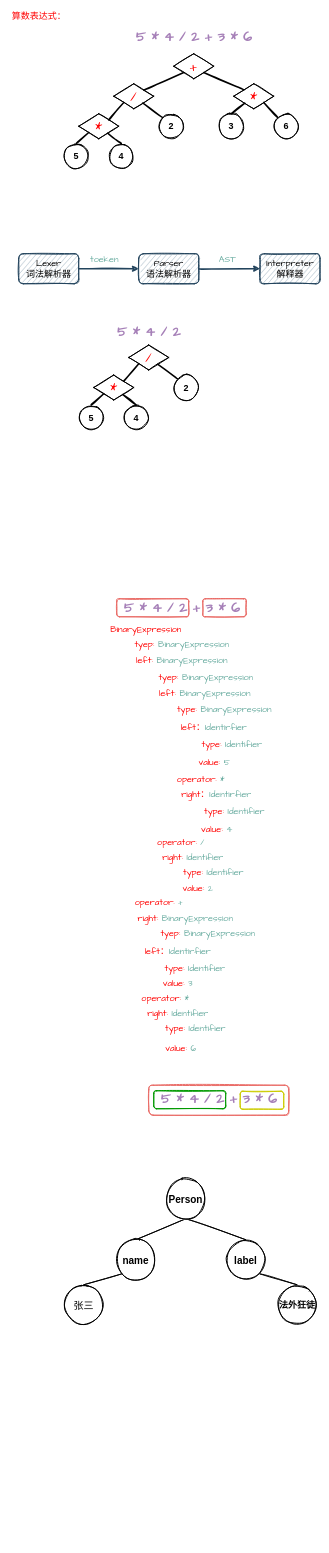
Earlier version of the draw.io diagram AST.drawio (C-wx/MindManager). Source tidied: cells renumbered, new cells numbered last; positions are measured from the earlier drawing's top-left corner, leaving out a move shared by most shapes. Both pictures are drawn from the tidied source at 50%, with x=0, y=0 at pixel (8, 8).
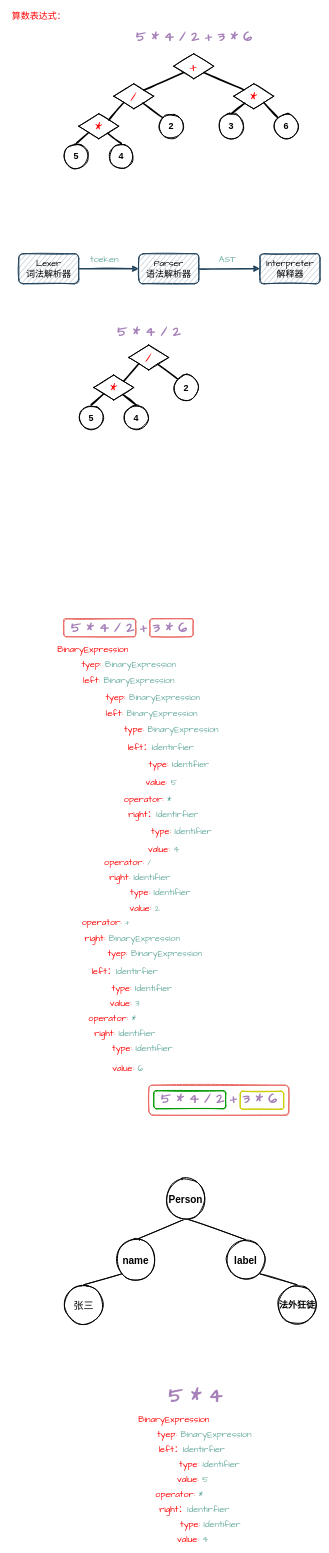
Above is the later version.

Diff of the diagram source:
```diff
@@
     <mxCell id="5" style="rounded=1;whiteSpace=wrap;html=1;shadow=0;sketch=1;fontFamily=Comic Sans MS;fontSize=18;fontColor=#FF0000;strokeWidth=2;strokeColor=#EA6B66;" parent="1" vertex="1">
-      <mxGeometry x="388" y="1180" width="87" height="36" as="geometry" />
+      <mxGeometry x="282" y="1220" width="87" height="36" as="geometry" />
     </mxCell>
     <mxCell id="6" style="rounded=1;whiteSpace=wrap;html=1;fontFamily=Comic Sans MS;fontSize=18;fontColor=#FF0000;strokeWidth=2;shadow=0;sketch=1;strokeColor=#EA6B66;" parent="1" vertex="1">
-      <mxGeometry x="216" y="1180" width="144" height="36" as="geometry" />
+      <mxGeometry x="110" y="1220" width="144" height="36" as="geometry" />
     </mxCell>
@@
     <mxCell id="27" value="&lt;b style=&quot;color: rgb(166, 128, 184); font-family: Helvetica; font-size: 12px;&quot;&gt;&lt;font style=&quot;font-size: 28px;&quot; face=&quot;Comic Sans MS&quot;&gt;5 * 4 / 2 + 3 * 6&lt;/font&gt;&lt;/b&gt;" style="text;html=1;align=center;verticalAlign=middle;strokeColor=none;fillColor=none;fontSize=18;fontFamily=Comic Sans MS;fontColor=#FF0000;" parent="1" vertex="1">
-      <mxGeometry x="219" y="1180" width="254" height="33" as="geometry" />
+      <mxGeometry x="113" y="1220" width="254" height="33" as="geometry" />
     </mxCell>
     <mxCell id="28" style="group;" parent="1" vertex="1">
-      <mxGeometry x="196" y="1228" width="336" height="544" as="geometry" />
+      <mxGeometry x="90" y="1268" width="336" height="544" as="geometry" />
     </mxCell>
@@
     <mxCell id="53" style="group;" parent="1" vertex="1">
-      <mxGeometry x="248" y="1804" width="254.5" height="290" as="geometry" />
+      <mxGeometry x="142" y="1844" width="254.5" height="290" as="geometry" />
     </mxCell>
@@
     <mxCell id="63" value="&lt;font color=&quot;#ff0000&quot;&gt;operator: &lt;/font&gt;+" style="text;html=1;align=center;verticalAlign=middle;strokeColor=none;fillColor=none;fontSize=18;fontFamily=Comic Sans MS;fontColor=#67AB9F;" parent="1" vertex="1">
-      <mxGeometry x="245" y="1772" width="110" height="30" as="geometry" />
+      <mxGeometry x="139" y="1812" width="110" height="30" as="geometry" />
     </mxCell>
@@
+    <mxCell id="92" value="&lt;b style=&quot;color: rgb(166, 128, 184);&quot;&gt;&lt;font style=&quot;font-size: 40px;&quot; face=&quot;Comic Sans MS&quot;&gt;5 * 4&lt;/font&gt;&lt;/b&gt;" style="text;html=1;align=center;verticalAlign=middle;strokeColor=none;fillColor=none;" parent="1" vertex="1">
+      <mxGeometry x="313" y="2760" width="120" height="30" as="geometry" />
+    </mxCell>
+    <mxCell id="93" style="group;" parent="1" vertex="1">
+      <mxGeometry x="250" y="2810" width="246" height="260" as="geometry" />
+    </mxCell>
+    <mxCell id="94" value="&lt;span style=&quot;color: rgb(255, 0, 0); font-family: &amp;quot;Comic Sans MS&amp;quot;; font-size: 18px;&quot;&gt;BinaryExpression&lt;/span&gt;" style="text;html=1;align=center;verticalAlign=middle;strokeColor=none;fillColor=none;" parent="93" vertex="1">
+      <mxGeometry width="160" height="20" as="geometry" />
+    </mxCell>
+    <mxCell id="95" value="&lt;span style=&quot;color: rgb(255, 0, 0); font-family: &amp;quot;Comic Sans MS&amp;quot;; font-size: 18px;&quot;&gt;tyep:&amp;nbsp;&lt;/span&gt;&lt;font style=&quot;font-family: &amp;quot;Comic Sans MS&amp;quot;; font-size: 18px;&quot; color=&quot;#67ab9f&quot;&gt;BinaryExpression&lt;/font&gt;" style="text;html=1;align=center;verticalAlign=middle;strokeColor=none;fillColor=none;" parent="93" vertex="1">
+      <mxGeometry x="36" y="30" width="210" height="20" as="geometry" />
+    </mxCell>
+    <mxCell id="96" value="&lt;span style=&quot;color: rgb(255, 0, 0); font-family: &amp;quot;Comic Sans MS&amp;quot;; font-size: 18px;&quot;&gt;left：&lt;/span&gt;&lt;font style=&quot;font-family: &amp;quot;Comic Sans MS&amp;quot;; font-size: 18px;&quot; color=&quot;#67ab9f&quot;&gt;Identirfier&lt;/font&gt;" style="text;html=1;align=center;verticalAlign=middle;strokeColor=none;fillColor=none;" parent="93" vertex="1">
+      <mxGeometry x="36" y="60" width="160" height="20" as="geometry" />
+    </mxCell>
+    <mxCell id="97" value="&lt;font style=&quot;color: rgb(255, 0, 0); font-family: &amp;quot;Comic Sans MS&amp;quot;; font-size: 18px;&quot; color=&quot;#ff0000&quot;&gt;type:&amp;nbsp;&lt;/font&gt;&lt;span style=&quot;font-family: &amp;quot;Comic Sans MS&amp;quot;; font-size: 18px; color: rgb(103, 171, 159);&quot;&gt;Identifier&lt;/span&gt;" style="text;html=1;align=center;verticalAlign=middle;strokeColor=none;fillColor=none;" parent="93" vertex="1">
+      <mxGeometry x="76" y="90" width="150" height="20" as="geometry" />
+    </mxCell>
+    <mxCell id="98" value="&lt;font style=&quot;color: rgb(255, 0, 0); font-family: &amp;quot;Comic Sans MS&amp;quot;; font-size: 18px;&quot; color=&quot;#ff0000&quot;&gt;value:&amp;nbsp;&lt;/font&gt;&lt;font style=&quot;font-family: &amp;quot;Comic Sans MS&amp;quot;; font-size: 18px;&quot; color=&quot;#67ab9f&quot;&gt;5&lt;/font&gt;" style="text;html=1;align=center;verticalAlign=middle;strokeColor=none;fillColor=none;" parent="93" vertex="1">
+      <mxGeometry x="77.5" y="120" width="80" height="20" as="geometry" />
+    </mxCell>
+    <mxCell id="99" value="&lt;span style=&quot;color: rgb(255, 0, 0); font-family: &amp;quot;Comic Sans MS&amp;quot;; font-size: 18px;&quot;&gt;operator:&amp;nbsp;&lt;/span&gt;&lt;font style=&quot;font-family: &amp;quot;Comic Sans MS&amp;quot;; font-size: 18px;&quot; color=&quot;#67ab9f&quot;&gt;*&lt;/font&gt;" style="text;html=1;align=center;verticalAlign=middle;strokeColor=none;fillColor=none;" parent="93" vertex="1">
+      <mxGeometry x="36" y="150" width="110" height="20" as="geometry" />
+    </mxCell>
+    <mxCell id="100" value="&lt;span style=&quot;color: rgb(255, 0, 0); font-family: &amp;quot;Comic Sans MS&amp;quot;; font-size: 18px;&quot;&gt;right：&lt;/span&gt;&lt;font style=&quot;font-family: &amp;quot;Comic Sans MS&amp;quot;; font-size: 18px;&quot; color=&quot;#67ab9f&quot;&gt;Identirfier&lt;/font&gt;" style="text;html=1;align=center;verticalAlign=middle;strokeColor=none;fillColor=none;" parent="93" vertex="1">
+      <mxGeometry x="36" y="180" width="170" height="20" as="geometry" />
+    </mxCell>
+    <mxCell id="101" value="&lt;font style=&quot;color: rgb(255, 0, 0); font-family: &amp;quot;Comic Sans MS&amp;quot;; font-size: 18px;&quot; color=&quot;#ff0000&quot;&gt;type:&amp;nbsp;&lt;/font&gt;&lt;span style=&quot;font-family: &amp;quot;Comic Sans MS&amp;quot;; font-size: 18px; color: rgb(103, 171, 159);&quot;&gt;Identifier&lt;/span&gt;" style="text;html=1;align=center;verticalAlign=middle;strokeColor=none;fillColor=none;" parent="93" vertex="1">
+      <mxGeometry x="77.5" y="210" width="150" height="20" as="geometry" />
+    </mxCell>
+    <mxCell id="102" value="&lt;font style=&quot;color: rgb(255, 0, 0); font-family: &amp;quot;Comic Sans MS&amp;quot;; font-size: 18px;&quot; color=&quot;#ff0000&quot;&gt;value:&amp;nbsp;&lt;/font&gt;&lt;font style=&quot;font-family: &amp;quot;Comic Sans MS&amp;quot;; font-size: 18px;&quot; color=&quot;#67ab9f&quot;&gt;4&lt;/font&gt;" style="text;html=1;align=center;verticalAlign=middle;strokeColor=none;fillColor=none;" parent="93" vertex="1">
+      <mxGeometry x="77.5" y="240" width="80" height="20" as="geometry" />
+    </mxCell>
```
